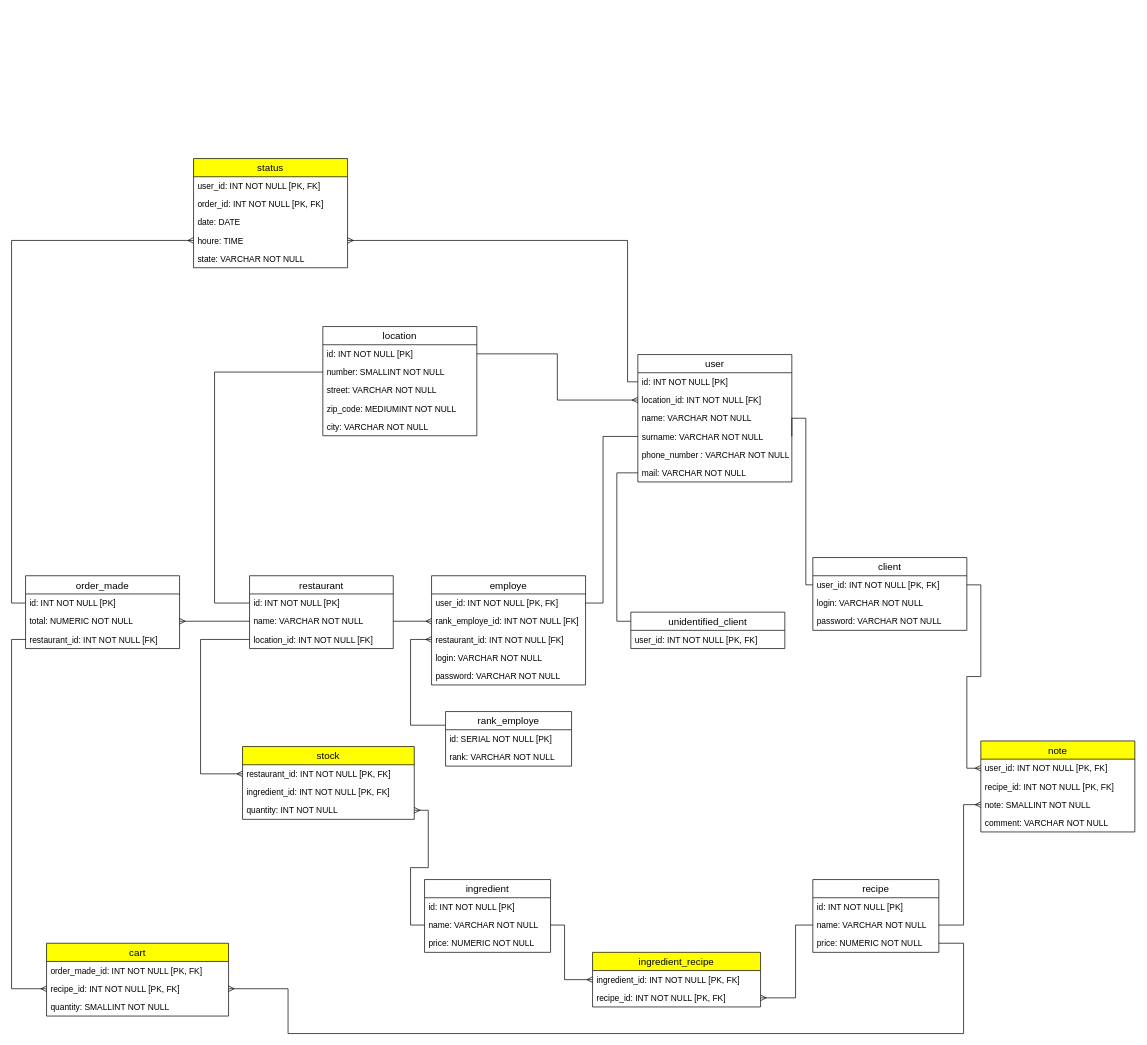
The draw.io diagram MPD.drawio in damien-devpy/OC-P6, before the edit. Source tidied: cells renumbered, new cells numbered last; positions are measured from the earlier drawing's top-left corner, leaving out a move shared by most shapes. Both pictures are drawn from the tidied source at 70%, with x=0, y=0 at pixel (11, 158).
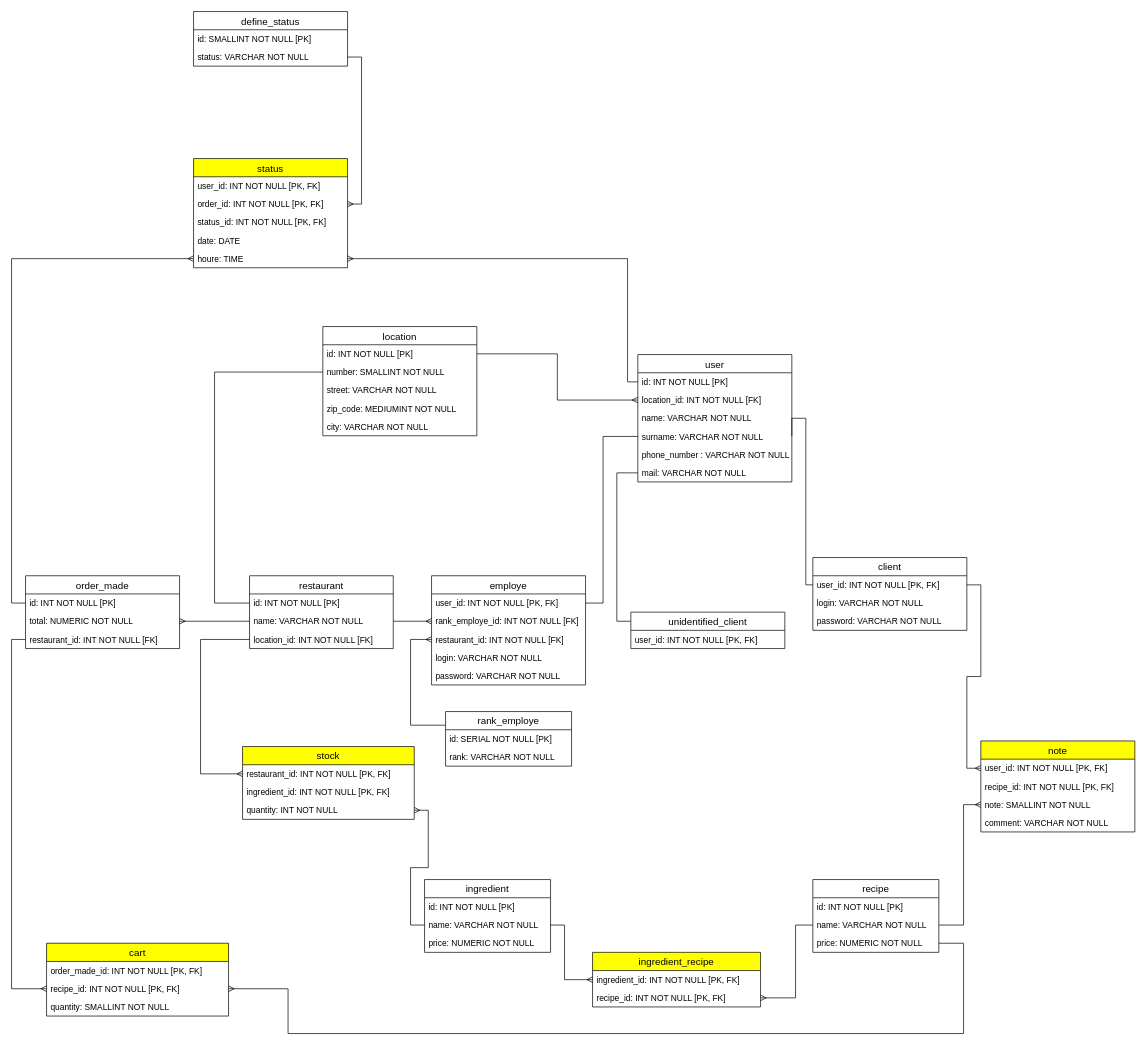
The same page after the edit.

Unchanged cells that the change refers to:
```xml
<mxCell id="19" value="id: INT NOT NULL [PK]" style="text;strokeColor=none;fillColor=none;spacingLeft=4;spacingRight=4;overflow=hidden;points=[[0,0.5],[1,0.5]];portConstraint=eastwest;fontSize=12;" parent="18" vertex="1">
  <mxGeometry y="26" width="220" height="26" as="geometry" />
</mxCell>
<mxCell id="36" value="status" style="swimlane;fontStyle=0;horizontal=1;startSize=26;align=center;fontSize=14;labelBackgroundColor=none;strokeColor=#000000;fillColor=#FFFF00;" parent="1" vertex="1">
  <mxGeometry x="260" width="220" height="156" as="geometry" />
</mxCell>
<mxCell id="38" value="order_id: INT NOT NULL [PK, FK]" style="text;strokeColor=none;fillColor=none;spacingLeft=4;spacingRight=4;overflow=hidden;points=[[0,0.5],[1,0.5]];portConstraint=eastwest;fontSize=12;" parent="36" vertex="1">
  <mxGeometry y="52" width="220" height="26" as="geometry" />
</mxCell>
<mxCell id="51" value="id: INT NOT NULL [PK]" style="text;strokeColor=none;fillColor=none;spacingLeft=4;spacingRight=4;overflow=hidden;points=[[0,0.5],[1,0.5]];portConstraint=eastwest;fontSize=12;" parent="50" vertex="1">
  <mxGeometry y="26" width="220" height="26" as="geometry" />
</mxCell>
```

The edit, as a diff of the source:
```diff
@@
     <mxCell id="7" style="edgeStyle=orthogonalEdgeStyle;rounded=0;jettySize=auto;html=1;exitX=0;exitY=0.5;exitDx=0;exitDy=0;entryX=1;entryY=0.5;entryDx=0;entryDy=0;endArrow=ERmany;endFill=0;" parent="1" edge="1" source="19" target="40">
       <mxGeometry relative="1" as="geometry">
         <Array as="points">
           <mxPoint x="880" y="319" />
-          <mxPoint x="880" y="117" />
+          <mxPoint x="880" y="143" />
         </Array>
       </mxGeometry>
     </mxCell>
     <mxCell id="8" style="edgeStyle=orthogonalEdgeStyle;rounded=0;jettySize=auto;html=1;exitX=0;exitY=0.5;exitDx=0;exitDy=0;entryX=0;entryY=0.5;entryDx=0;entryDy=0;endArrow=ERmany;endFill=0;" parent="1" edge="1" source="51" target="40">
       <mxGeometry relative="1" as="geometry">
         <Array as="points">
           <mxPoint y="635" />
-          <mxPoint y="117" />
+          <mxPoint y="143" />
         </Array>
       </mxGeometry>
     </mxCell>
@@
+    <mxCell id="41" value="status_id: INT NOT NULL [PK, FK]" style="text;strokeColor=none;fillColor=none;spacingLeft=4;spacingRight=4;overflow=hidden;fontSize=12;" parent="36" vertex="1">
+      <mxGeometry y="78" width="220" height="26" as="geometry" />
+    </mxCell>
     <mxCell id="39" value="date: DATE" style="text;strokeColor=none;fillColor=none;spacingLeft=4;spacingRight=4;overflow=hidden;fontSize=12;" parent="36" vertex="1">
-      <mxGeometry y="78" width="220" height="26" as="geometry" />
+      <mxGeometry y="104" width="220" height="26" as="geometry" />
     </mxCell>
     <mxCell id="40" value="houre: TIME" style="text;strokeColor=none;fillColor=none;spacingLeft=4;spacingRight=4;overflow=hidden;points=[[0,0.5],[1,0.5]];portConstraint=eastwest;fontSize=12;" parent="36" vertex="1">
-      <mxGeometry y="104" width="220" height="26" as="geometry" />
+      <mxGeometry y="130" width="220" height="26" as="geometry" />
     </mxCell>
-    <mxCell id="41" value="state: VARCHAR NOT NULL" style="text;strokeColor=none;fillColor=none;spacingLeft=4;spacingRight=4;overflow=hidden;fontSize=12;" parent="36" vertex="1">
-      <mxGeometry y="130" width="220" height="26" as="geometry" />
-    </mxCell>
@@
+    <mxCell id="86" value="define_status" style="swimlane;fontStyle=0;horizontal=1;startSize=26;align=center;fontSize=14;labelBackgroundColor=none;strokeColor=#000000;fillColor=#FFFFFF;" parent="1" vertex="1">
+      <mxGeometry x="260" y="-210" width="220" height="78" as="geometry" />
+    </mxCell>
+    <mxCell id="87" value="id: SMALLINT NOT NULL [PK]" style="text;strokeColor=none;fillColor=none;spacingLeft=4;spacingRight=4;overflow=hidden;fontSize=12;" parent="86" vertex="1">
+      <mxGeometry y="26" width="220" height="26" as="geometry" />
+    </mxCell>
+    <mxCell id="88" value="status: VARCHAR NOT NULL" style="text;strokeColor=none;fillColor=none;spacingLeft=4;spacingRight=4;overflow=hidden;points=[[0,0.5],[1,0.5]];portConstraint=eastwest;fontSize=12;" parent="86" vertex="1">
+      <mxGeometry y="52" width="220" height="26" as="geometry" />
+    </mxCell>
+    <mxCell id="89" style="edgeStyle=orthogonalEdgeStyle;rounded=0;jettySize=auto;html=1;exitX=1;exitY=0.5;exitDx=0;exitDy=0;entryX=1;entryY=0.5;entryDx=0;entryDy=0;endArrow=ERmany;endFill=0;" parent="1" edge="1" source="88" target="38">
+      <mxGeometry relative="1" as="geometry" />
+    </mxCell>
```
